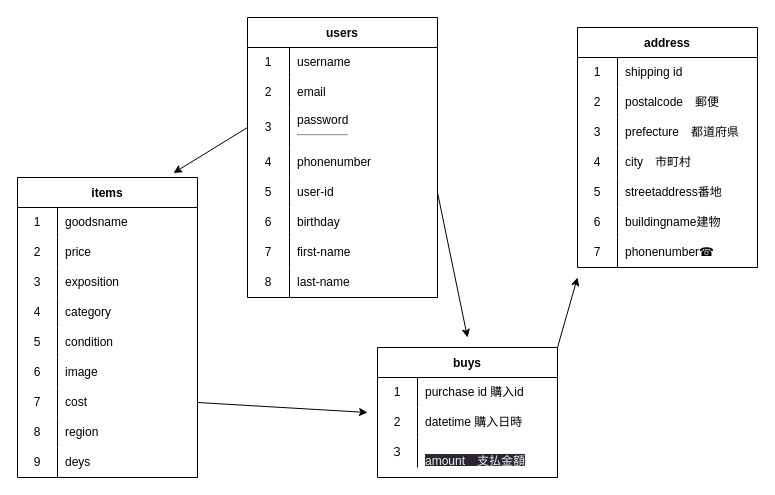
The draw.io diagram page "ページ1" (1 of 2) of ER.dio in 09pipapipa/furima-39971, before the edit. Source tidied: cells renumbered, new cells numbered last; positions are measured from the earlier drawing's top-left corner, leaving out a move shared by most shapes. Both pictures are drawn from the tidied source at 100%, with x=0, y=0 at pixel (17, 17).
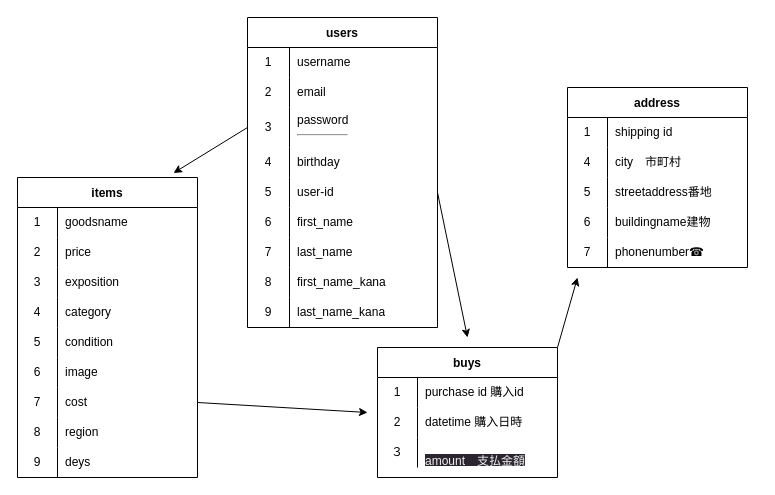
Above is the later version.

Unchanged cells that the change refers to:
```xml
<mxCell id="12" style="shape=tableRow;horizontal=0;startSize=0;swimlaneHead=0;swimlaneBody=0;top=0;left=0;bottom=0;right=0;fillColor=none;" parent="2" vertex="1">
  <mxGeometry y="130" width="190" height="30" as="geometry" />
</mxCell>
```

What changed in the source:
```diff
@@
     <mxCell id="2" value="users" style="shape=table;startSize=30;childLayout=tableLayout;rowLines=0;fontStyle=1;" parent="1" vertex="1">
-      <mxGeometry x="230" width="190" height="280" as="geometry" />
+      <mxGeometry x="230" width="190" height="310" as="geometry" />
     </mxCell>
@@
-    <mxCell id="14" value="phonenumber" style="shape=partialRectangle;html=1;whiteSpace=wrap;fillColor=none;top=0;left=0;bottom=0;right=0;align=left;spacingLeft=6;overflow=hidden;" parent="12" vertex="1">
+    <mxCell id="14" value="birthday" style="shape=partialRectangle;html=1;whiteSpace=wrap;fillColor=none;top=0;left=0;bottom=0;right=0;align=left;spacingLeft=6;overflow=hidden;" parent="12" vertex="1">
       <mxGeometry x="42" width="148" height="30" as="geometry" />
     </mxCell>
@@
-    <mxCell id="18" style="shape=tableRow;horizontal=0;startSize=0;swimlaneHead=0;swimlaneBody=0;top=0;left=0;bottom=0;right=0;fillColor=none;" parent="2" vertex="1">
-      <mxGeometry y="190" width="190" height="30" as="geometry" />
-    </mxCell>
-    <mxCell id="19" value="6" style="shape=partialRectangle;html=1;whiteSpace=wrap;fillColor=none;top=0;left=0;bottom=0;right=0;overflow=hidden;" parent="18" vertex="1">
-      <mxGeometry width="42" height="30" as="geometry" />
-    </mxCell>
-    <mxCell id="20" value="birthday" style="shape=partialRectangle;html=1;whiteSpace=wrap;fillColor=none;top=0;left=0;bottom=0;right=0;align=left;spacingLeft=6;overflow=hidden;" parent="18" vertex="1">
-      <mxGeometry x="42" width="148" height="30" as="geometry" />
-    </mxCell>
     <mxCell id="21" style="shape=tableRow;horizontal=0;startSize=0;swimlaneHead=0;swimlaneBody=0;top=0;left=0;bottom=0;right=0;fillColor=none;" parent="2" vertex="1">
-      <mxGeometry y="220" width="190" height="30" as="geometry" />
+      <mxGeometry y="190" width="190" height="30" as="geometry" />
     </mxCell>
-    <mxCell id="22" value="7" style="shape=partialRectangle;html=1;whiteSpace=wrap;fillColor=none;top=0;left=0;bottom=0;right=0;overflow=hidden;" parent="21" vertex="1">
+    <mxCell id="22" value="6" style="shape=partialRectangle;html=1;whiteSpace=wrap;fillColor=none;top=0;left=0;bottom=0;right=0;overflow=hidden;" parent="21" vertex="1">
       <mxGeometry width="42" height="30" as="geometry" />
     </mxCell>
-    <mxCell id="23" value="first-name" style="shape=partialRectangle;html=1;whiteSpace=wrap;fillColor=none;top=0;left=0;bottom=0;right=0;align=left;spacingLeft=6;overflow=hidden;" parent="21" vertex="1">
+    <mxCell id="23" value="first_name" style="shape=partialRectangle;html=1;whiteSpace=wrap;fillColor=none;top=0;left=0;bottom=0;right=0;align=left;spacingLeft=6;overflow=hidden;" parent="21" vertex="1">
       <mxGeometry x="42" width="148" height="30" as="geometry" />
     </mxCell>
     <mxCell id="24" style="shape=tableRow;horizontal=0;startSize=0;swimlaneHead=0;swimlaneBody=0;top=0;left=0;bottom=0;right=0;fillColor=none;" parent="2" vertex="1">
-      <mxGeometry y="250" width="190" height="30" as="geometry" />
+      <mxGeometry y="220" width="190" height="30" as="geometry" />
     </mxCell>
-    <mxCell id="25" value="8" style="shape=partialRectangle;html=1;whiteSpace=wrap;fillColor=none;top=0;left=0;bottom=0;right=0;overflow=hidden;" parent="24" vertex="1">
+    <mxCell id="25" value="7" style="shape=partialRectangle;html=1;whiteSpace=wrap;fillColor=none;top=0;left=0;bottom=0;right=0;overflow=hidden;" parent="24" vertex="1">
       <mxGeometry width="42" height="30" as="geometry" />
     </mxCell>
-    <mxCell id="26" value="last-name" style="shape=partialRectangle;html=1;whiteSpace=wrap;fillColor=none;top=0;left=0;bottom=0;right=0;align=left;spacingLeft=6;overflow=hidden;" parent="24" vertex="1">
+    <mxCell id="26" value="last_name" style="shape=partialRectangle;html=1;whiteSpace=wrap;fillColor=none;top=0;left=0;bottom=0;right=0;align=left;spacingLeft=6;overflow=hidden;" parent="24" vertex="1">
       <mxGeometry x="42" width="148" height="30" as="geometry" />
     </mxCell>
+    <mxCell id="91" style="shape=tableRow;horizontal=0;startSize=0;swimlaneHead=0;swimlaneBody=0;top=0;left=0;bottom=0;right=0;fillColor=none;" parent="2" vertex="1">
+      <mxGeometry y="250" width="190" height="30" as="geometry" />
+    </mxCell>
+    <mxCell id="92" value="8" style="shape=partialRectangle;html=1;whiteSpace=wrap;fillColor=none;top=0;left=0;bottom=0;right=0;overflow=hidden;" parent="91" vertex="1">
+      <mxGeometry width="42" height="30" as="geometry" />
+    </mxCell>
+    <mxCell id="93" value="first_name_kana" style="shape=partialRectangle;html=1;whiteSpace=wrap;fillColor=none;top=0;left=0;bottom=0;right=0;align=left;spacingLeft=6;overflow=hidden;" parent="91" vertex="1">
+      <mxGeometry x="42" width="148" height="30" as="geometry" />
+    </mxCell>
+    <mxCell id="94" style="shape=tableRow;horizontal=0;startSize=0;swimlaneHead=0;swimlaneBody=0;top=0;left=0;bottom=0;right=0;fillColor=none;" parent="2" vertex="1">
+      <mxGeometry y="280" width="190" height="30" as="geometry" />
+    </mxCell>
+    <mxCell id="95" value="9" style="shape=partialRectangle;html=1;whiteSpace=wrap;fillColor=none;top=0;left=0;bottom=0;right=0;overflow=hidden;" parent="94" vertex="1">
+      <mxGeometry width="42" height="30" as="geometry" />
+    </mxCell>
+    <mxCell id="96" value="last_name_kana" style="shape=partialRectangle;html=1;whiteSpace=wrap;fillColor=none;top=0;left=0;bottom=0;right=0;align=left;spacingLeft=6;overflow=hidden;" parent="94" vertex="1">
+      <mxGeometry x="42" width="148" height="30" as="geometry" />
+    </mxCell>
@@
     <mxCell id="69" value="address" style="shape=table;startSize=30;childLayout=tableLayout;rowLines=0;fontStyle=1;" parent="1" vertex="1">
-      <mxGeometry x="560" y="10" width="180" height="240" as="geometry" />
+      <mxGeometry x="550" y="70" width="180" height="180" as="geometry" />
     </mxCell>
@@
-    <mxCell id="73" style="shape=tableRow;horizontal=0;startSize=0;swimlaneHead=0;swimlaneBody=0;top=0;left=0;bottom=0;right=0;fillColor=none;" parent="69" vertex="1">
-      <mxGeometry y="60" width="180" height="30" as="geometry" />
-    </mxCell>
-    <mxCell id="74" value="2" style="shape=partialRectangle;html=1;whiteSpace=wrap;fillColor=none;top=0;left=0;bottom=0;right=0;overflow=hidden;" parent="73" vertex="1">
-      <mxGeometry width="40" height="30" as="geometry" />
-    </mxCell>
-    <mxCell id="75" value="postalcode　郵便" style="shape=partialRectangle;html=1;whiteSpace=wrap;fillColor=none;top=0;left=0;bottom=0;right=0;align=left;spacingLeft=6;overflow=hidden;" parent="73" vertex="1">
-      <mxGeometry x="40" width="140" height="30" as="geometry" />
-    </mxCell>
-    <mxCell id="76" style="shape=tableRow;horizontal=0;startSize=0;swimlaneHead=0;swimlaneBody=0;top=0;left=0;bottom=0;right=0;fillColor=none;" parent="69" vertex="1">
-      <mxGeometry y="90" width="180" height="30" as="geometry" />
-    </mxCell>
-    <mxCell id="77" value="3" style="shape=partialRectangle;html=1;whiteSpace=wrap;fillColor=none;top=0;left=0;bottom=0;right=0;overflow=hidden;" parent="76" vertex="1">
-      <mxGeometry width="40" height="30" as="geometry" />
-    </mxCell>
-    <mxCell id="78" value="prefecture　都道府県" style="shape=partialRectangle;html=1;whiteSpace=wrap;fillColor=none;top=0;left=0;bottom=0;right=0;align=left;spacingLeft=6;overflow=hidden;" parent="76" vertex="1">
-      <mxGeometry x="40" width="140" height="30" as="geometry" />
-    </mxCell>
     <mxCell id="79" style="shape=tableRow;horizontal=0;startSize=0;swimlaneHead=0;swimlaneBody=0;top=0;left=0;bottom=0;right=0;fillColor=none;" parent="69" vertex="1">
-      <mxGeometry y="120" width="180" height="30" as="geometry" />
+      <mxGeometry y="60" width="180" height="30" as="geometry" />
     </mxCell>
@@
     <mxCell id="82" style="shape=tableRow;horizontal=0;startSize=0;swimlaneHead=0;swimlaneBody=0;top=0;left=0;bottom=0;right=0;fillColor=none;" parent="69" vertex="1">
-      <mxGeometry y="150" width="180" height="30" as="geometry" />
+      <mxGeometry y="90" width="180" height="30" as="geometry" />
     </mxCell>
@@
     <mxCell id="85" style="shape=tableRow;horizontal=0;startSize=0;swimlaneHead=0;swimlaneBody=0;top=0;left=0;bottom=0;right=0;fillColor=none;" parent="69" vertex="1">
-      <mxGeometry y="180" width="180" height="30" as="geometry" />
+      <mxGeometry y="120" width="180" height="30" as="geometry" />
     </mxCell>
@@
     <mxCell id="88" style="shape=tableRow;horizontal=0;startSize=0;swimlaneHead=0;swimlaneBody=0;top=0;left=0;bottom=0;right=0;fillColor=none;" parent="69" vertex="1">
-      <mxGeometry y="210" width="180" height="30" as="geometry" />
+      <mxGeometry y="150" width="180" height="30" as="geometry" />
     </mxCell>
```
